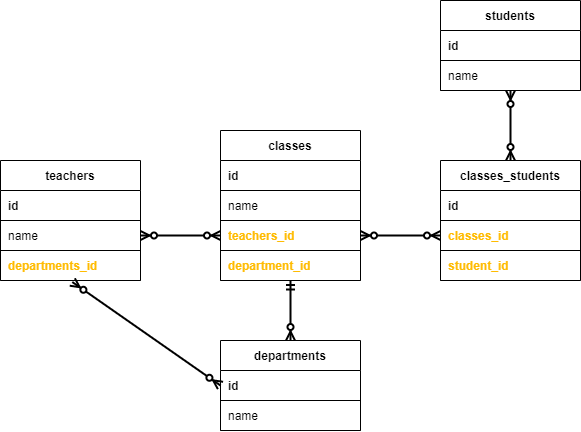
This is Week_8/sqool_activity/schema.drawio.png from justinthelaw/ussf-sdi, a draw.io export, as it was before one commit. Source tidied: cells renumbered, new cells last; positions are measured from the earlier drawing's top-left corner, leaving out a move shared by most shapes. Its diagram source:
```xml
<mxGraphModel>
  <root>
    <mxCell id="0" />
    <mxCell id="1" parent="0" />
    <mxCell id="2" style="endArrow=ERzeroToMany;html=1;startArrow=ERzeroToMany;startFill=1;endFill=1;jumpSize=7;strokeWidth=2;entryX=0.5;entryY=0;entryDx=0;entryDy=0;" parent="1" edge="1" target="31">
      <mxGeometry relative="1" as="geometry">
        <mxPoint x="540" y="90" as="sourcePoint" />
      </mxGeometry>
    </mxCell>
    <mxCell id="3" value="departments" style="shape=table;html=1;whiteSpace=wrap;startSize=30;rowLines=0;fontStyle=1;align=center;" parent="1" vertex="1">
      <mxGeometry x="250" y="340" width="140" height="90" as="geometry" />
    </mxCell>
    <mxCell id="4" style="shape=partialRectangle;html=1;whiteSpace=wrap;fillColor=none;top=0;left=0;bottom=1;right=0;points=[[0,0.5],[1,0.5]];portConstraint=eastwest;" parent="3" vertex="1">
      <mxGeometry y="30" width="140" height="30" as="geometry" />
    </mxCell>
    <mxCell id="5" value="&lt;b&gt;id&lt;/b&gt;" style="shape=partialRectangle;html=1;whiteSpace=wrap;fillColor=none;top=0;left=0;bottom=0;right=0;align=left;spacingLeft=6;overflow=hidden;" parent="4" vertex="1">
      <mxGeometry width="140" height="30" as="geometry" />
    </mxCell>
    <mxCell id="6" style="shape=partialRectangle;html=1;whiteSpace=wrap;fillColor=none;top=0;left=0;bottom=1;right=0;" parent="3" vertex="1">
      <mxGeometry y="60" width="140" height="30" as="geometry" />
    </mxCell>
    <mxCell id="7" value="name" style="shape=partialRectangle;html=1;whiteSpace=wrap;fillColor=none;top=0;left=0;bottom=0;right=0;align=left;spacingLeft=6;overflow=hidden;" parent="6" vertex="1">
      <mxGeometry width="140" height="30" as="geometry" />
    </mxCell>
    <mxCell id="8" value="teachers" style="shape=table;html=1;whiteSpace=wrap;startSize=30;rowLines=0;fontStyle=1;align=center;" parent="1" vertex="1">
      <mxGeometry x="30" y="160" width="140" height="120" as="geometry" />
    </mxCell>
    <mxCell id="9" style="shape=partialRectangle;html=1;whiteSpace=wrap;fillColor=none;top=0;left=0;bottom=1;right=0;" parent="8" vertex="1">
      <mxGeometry y="30" width="140" height="30" as="geometry" />
    </mxCell>
    <mxCell id="10" value="&lt;b&gt;id&lt;/b&gt;" style="shape=partialRectangle;html=1;whiteSpace=wrap;fillColor=none;top=0;left=0;bottom=0;right=0;align=left;spacingLeft=6;overflow=hidden;" parent="9" vertex="1">
      <mxGeometry width="140" height="30" as="geometry" />
    </mxCell>
    <mxCell id="11" style="shape=partialRectangle;html=1;whiteSpace=wrap;fillColor=none;top=0;left=0;bottom=1;right=0;points=[[0,0.5],[1,0.5]];portConstraint=eastwest;fontColor=#FFBB00;" parent="8" vertex="1">
      <mxGeometry y="60" width="140" height="30" as="geometry" />
    </mxCell>
    <mxCell id="12" value="name" style="shape=partialRectangle;html=1;whiteSpace=wrap;fillColor=none;top=0;left=0;bottom=0;right=0;align=left;spacingLeft=6;overflow=hidden;" parent="11" vertex="1">
      <mxGeometry width="140" height="30" as="geometry" />
    </mxCell>
    <mxCell id="13" style="shape=partialRectangle;html=1;whiteSpace=wrap;fillColor=none;top=0;left=0;bottom=1;right=0;points=[[0,0.5],[1,0.5]];portConstraint=eastwest;" parent="8" vertex="1">
      <mxGeometry y="90" width="140" height="30" as="geometry" />
    </mxCell>
    <mxCell id="14" value="&lt;b&gt;&lt;font color=&quot;#ffbb00&quot;&gt;departments_id&lt;/font&gt;&lt;/b&gt;" style="shape=partialRectangle;html=1;whiteSpace=wrap;fillColor=none;top=0;left=0;bottom=0;right=0;align=left;spacingLeft=6;overflow=hidden;" parent="13" vertex="1">
      <mxGeometry width="140" height="30" as="geometry" />
    </mxCell>
    <mxCell id="15" style="endArrow=ERzeroToMany;html=1;startArrow=ERzeroToMany;startFill=1;endFill=1;jumpSize=7;strokeWidth=2;exitX=0;exitY=0.5;exitDx=0;exitDy=0;entryX=0.513;entryY=1.051;entryDx=0;entryDy=0;entryPerimeter=0;" parent="1" edge="1" source="4" target="13">
      <mxGeometry relative="1" as="geometry" />
    </mxCell>
    <mxCell id="16" style="endArrow=ERoneToMany;html=1;startArrow=ERoneToMany;startFill=0;endFill=0;jumpSize=7;strokeWidth=2;" parent="1" edge="1" target="x">
      <mxGeometry relative="1" as="geometry">
        <mxPoint y="280" as="sourcePoint" />
      </mxGeometry>
    </mxCell>
    <mxCell id="17" value="classes" style="shape=table;html=1;whiteSpace=wrap;startSize=30;rowLines=0;fontStyle=1;align=center;" parent="1" vertex="1">
      <mxGeometry x="250" y="130" width="140" height="150" as="geometry" />
    </mxCell>
    <mxCell id="18" style="shape=partialRectangle;html=1;whiteSpace=wrap;fillColor=none;top=0;left=0;bottom=1;right=0;" parent="17" vertex="1">
      <mxGeometry y="30" width="140" height="30" as="geometry" />
    </mxCell>
    <mxCell id="19" value="&lt;b&gt;id&lt;/b&gt;" style="shape=partialRectangle;html=1;whiteSpace=wrap;fillColor=none;top=0;left=0;bottom=0;right=0;align=left;spacingLeft=6;overflow=hidden;" parent="18" vertex="1">
      <mxGeometry width="140" height="30" as="geometry" />
    </mxCell>
    <mxCell id="20" style="shape=partialRectangle;html=1;whiteSpace=wrap;fillColor=none;top=0;left=0;bottom=1;right=0;" parent="17" vertex="1">
      <mxGeometry y="60" width="140" height="30" as="geometry" />
    </mxCell>
    <mxCell id="21" value="name" style="shape=partialRectangle;html=1;whiteSpace=wrap;fillColor=none;top=0;left=0;bottom=0;right=0;align=left;spacingLeft=6;overflow=hidden;" parent="20" vertex="1">
      <mxGeometry width="140" height="30" as="geometry" />
    </mxCell>
    <mxCell id="22" style="shape=partialRectangle;html=1;whiteSpace=wrap;fillColor=none;top=0;left=0;bottom=1;right=0;points=[[0,0.5],[1,0.5]];portConstraint=eastwest;" parent="17" vertex="1">
      <mxGeometry y="90" width="140" height="30" as="geometry" />
    </mxCell>
    <mxCell id="23" value="&lt;b&gt;&lt;font color=&quot;#ffbb00&quot;&gt;teachers_id&lt;/font&gt;&lt;/b&gt;" style="shape=partialRectangle;html=1;whiteSpace=wrap;fillColor=none;top=0;left=0;bottom=0;right=0;align=left;spacingLeft=6;overflow=hidden;" parent="22" vertex="1">
      <mxGeometry width="140" height="30" as="geometry" />
    </mxCell>
    <mxCell id="24" style="shape=partialRectangle;html=1;whiteSpace=wrap;fillColor=none;top=0;left=0;bottom=1;right=0;" parent="17" vertex="1">
      <mxGeometry y="120" width="140" height="30" as="geometry" />
    </mxCell>
    <mxCell id="25" value="&lt;b&gt;&lt;font color=&quot;#ffbb00&quot;&gt;department_id&lt;/font&gt;&lt;/b&gt;" style="shape=partialRectangle;html=1;whiteSpace=wrap;fillColor=none;top=0;left=0;bottom=0;right=0;align=left;spacingLeft=6;overflow=hidden;" parent="24" vertex="1">
      <mxGeometry width="140" height="30" as="geometry" />
    </mxCell>
    <mxCell id="26" value="students" style="shape=table;html=1;whiteSpace=wrap;startSize=30;rowLines=0;fontStyle=1;align=center;" parent="1" vertex="1">
      <mxGeometry x="470" width="140" height="90" as="geometry" />
    </mxCell>
    <mxCell id="27" style="shape=partialRectangle;html=1;whiteSpace=wrap;fillColor=none;top=0;left=0;bottom=1;right=0;" parent="26" vertex="1">
      <mxGeometry y="30" width="140" height="30" as="geometry" />
    </mxCell>
    <mxCell id="28" value="&lt;b&gt;id&lt;/b&gt;" style="shape=partialRectangle;html=1;whiteSpace=wrap;fillColor=none;top=0;left=0;bottom=0;right=0;align=left;spacingLeft=6;overflow=hidden;" parent="27" vertex="1">
      <mxGeometry width="140" height="30" as="geometry" />
    </mxCell>
    <mxCell id="29" style="shape=partialRectangle;html=1;whiteSpace=wrap;fillColor=none;top=0;left=0;bottom=1;right=0;" parent="26" vertex="1">
      <mxGeometry y="60" width="140" height="30" as="geometry" />
    </mxCell>
    <mxCell id="30" value="name" style="shape=partialRectangle;html=1;whiteSpace=wrap;fillColor=none;top=0;left=0;bottom=0;right=0;align=left;spacingLeft=6;overflow=hidden;" parent="29" vertex="1">
      <mxGeometry width="140" height="30" as="geometry" />
    </mxCell>
    <mxCell id="31" value="classes_students" style="shape=table;html=1;whiteSpace=wrap;startSize=30;rowLines=0;fontStyle=1;align=center;" parent="1" vertex="1">
      <mxGeometry x="470" y="160" width="140" height="120" as="geometry" />
    </mxCell>
    <mxCell id="32" style="shape=partialRectangle;html=1;whiteSpace=wrap;fillColor=none;top=0;left=0;bottom=1;right=0;" parent="31" vertex="1">
      <mxGeometry y="30" width="140" height="30" as="geometry" />
    </mxCell>
    <mxCell id="33" value="&lt;b&gt;id&lt;/b&gt;" style="shape=partialRectangle;html=1;whiteSpace=wrap;fillColor=none;top=0;left=0;bottom=0;right=0;align=left;spacingLeft=6;overflow=hidden;" parent="32" vertex="1">
      <mxGeometry width="140" height="30" as="geometry" />
    </mxCell>
    <mxCell id="34" style="shape=partialRectangle;html=1;whiteSpace=wrap;fillColor=none;top=0;left=0;bottom=1;right=0;points=[[0,0.5],[1,0.5]];portConstraint=eastwest;" parent="31" vertex="1">
      <mxGeometry y="60" width="140" height="30" as="geometry" />
    </mxCell>
    <mxCell id="35" value="&lt;b&gt;&lt;font color=&quot;#ffbb00&quot;&gt;classes_id&lt;/font&gt;&lt;/b&gt;" style="shape=partialRectangle;html=1;whiteSpace=wrap;fillColor=none;top=0;left=0;bottom=0;right=0;align=left;spacingLeft=6;overflow=hidden;" parent="34" vertex="1">
      <mxGeometry width="140" height="30" as="geometry" />
    </mxCell>
    <mxCell id="36" style="shape=partialRectangle;html=1;whiteSpace=wrap;fillColor=none;top=0;left=0;bottom=1;right=0;" parent="31" vertex="1">
      <mxGeometry y="90" width="140" height="30" as="geometry" />
    </mxCell>
    <mxCell id="37" value="&lt;font color=&quot;#ffbb00&quot;&gt;&lt;b&gt;student_id&lt;/b&gt;&lt;/font&gt;" style="shape=partialRectangle;html=1;whiteSpace=wrap;fillColor=none;top=0;left=0;bottom=0;right=0;align=left;spacingLeft=6;overflow=hidden;" parent="36" vertex="1">
      <mxGeometry width="140" height="30" as="geometry" />
    </mxCell>
    <mxCell id="38" style="endArrow=ERmandOne;html=1;startArrow=ERzeroToMany;startFill=1;endFill=0;jumpSize=7;strokeWidth=2;exitX=0.5;exitY=0;exitDx=0;exitDy=0;" parent="1" edge="1" source="3">
      <mxGeometry relative="1" as="geometry">
        <mxPoint x="320" y="280" as="targetPoint" />
      </mxGeometry>
    </mxCell>
    <mxCell id="39" style="endArrow=ERzeroToMany;html=1;startArrow=ERzeroToMany;startFill=1;endFill=1;jumpSize=7;strokeWidth=2;entryX=0;entryY=0.5;entryDx=0;entryDy=0;exitX=1;exitY=0.5;exitDx=0;exitDy=0;" parent="1" edge="1" source="11" target="22">
      <mxGeometry relative="1" as="geometry" />
    </mxCell>
    <mxCell id="40" style="endArrow=ERzeroToMany;html=1;startArrow=ERzeroToMany;startFill=1;endFill=1;jumpSize=7;strokeWidth=2;entryX=0;entryY=0.5;entryDx=0;entryDy=0;exitX=1;exitY=0.5;exitDx=0;exitDy=0;" parent="1" edge="1" source="22" target="34">
      <mxGeometry relative="1" as="geometry" />
    </mxCell>
  </root>
</mxGraphModel>
```
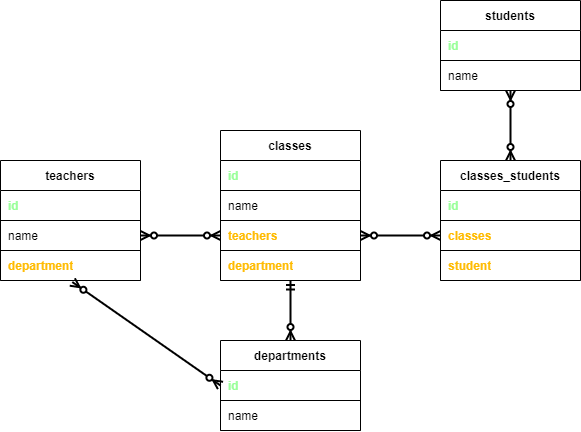
Above is the later version.

Commit message:
Modified sqool schema

What changed in the source:
```diff
@@ -13,7 +13,7 @@
     <mxCell id="4" style="shape=partialRectangle;html=1;whiteSpace=wrap;fillColor=none;top=0;left=0;bottom=1;right=0;points=[[0,0.5],[1,0.5]];portConstraint=eastwest;" parent="3" vertex="1">
       <mxGeometry y="30" width="140" height="30" as="geometry" />
     </mxCell>
-    <mxCell id="5" value="&lt;b&gt;id&lt;/b&gt;" style="shape=partialRectangle;html=1;whiteSpace=wrap;fillColor=none;top=0;left=0;bottom=0;right=0;align=left;spacingLeft=6;overflow=hidden;" parent="4" vertex="1">
+    <mxCell id="5" value="&lt;b&gt;id&lt;/b&gt;" style="shape=partialRectangle;html=1;whiteSpace=wrap;fillColor=none;top=0;left=0;bottom=0;right=0;align=left;spacingLeft=6;overflow=hidden;fontColor=#99FF99;" parent="4" vertex="1">
       <mxGeometry width="140" height="30" as="geometry" />
     </mxCell>
     <mxCell id="6" style="shape=partialRectangle;html=1;whiteSpace=wrap;fillColor=none;top=0;left=0;bottom=1;right=0;" parent="3" vertex="1">
@@ -28,7 +28,7 @@
     <mxCell id="9" style="shape=partialRectangle;html=1;whiteSpace=wrap;fillColor=none;top=0;left=0;bottom=1;right=0;" parent="8" vertex="1">
       <mxGeometry y="30" width="140" height="30" as="geometry" />
     </mxCell>
-    <mxCell id="10" value="&lt;b&gt;id&lt;/b&gt;" style="shape=partialRectangle;html=1;whiteSpace=wrap;fillColor=none;top=0;left=0;bottom=0;right=0;align=left;spacingLeft=6;overflow=hidden;" parent="9" vertex="1">
+    <mxCell id="10" value="&lt;b&gt;id&lt;/b&gt;" style="shape=partialRectangle;html=1;whiteSpace=wrap;fillColor=none;top=0;left=0;bottom=0;right=0;align=left;spacingLeft=6;overflow=hidden;fontColor=#99FF99;" parent="9" vertex="1">
       <mxGeometry width="140" height="30" as="geometry" />
     </mxCell>
     <mxCell id="11" style="shape=partialRectangle;html=1;whiteSpace=wrap;fillColor=none;top=0;left=0;bottom=1;right=0;points=[[0,0.5],[1,0.5]];portConstraint=eastwest;fontColor=#FFBB00;" parent="8" vertex="1">
@@ -40,7 +40,7 @@
     <mxCell id="13" style="shape=partialRectangle;html=1;whiteSpace=wrap;fillColor=none;top=0;left=0;bottom=1;right=0;points=[[0,0.5],[1,0.5]];portConstraint=eastwest;" parent="8" vertex="1">
       <mxGeometry y="90" width="140" height="30" as="geometry" />
     </mxCell>
-    <mxCell id="14" value="&lt;b&gt;&lt;font color=&quot;#ffbb00&quot;&gt;departments_id&lt;/font&gt;&lt;/b&gt;" style="shape=partialRectangle;html=1;whiteSpace=wrap;fillColor=none;top=0;left=0;bottom=0;right=0;align=left;spacingLeft=6;overflow=hidden;" parent="13" vertex="1">
+    <mxCell id="14" value="&lt;b&gt;&lt;font color=&quot;#ffbb00&quot;&gt;department&lt;/font&gt;&lt;/b&gt;" style="shape=partialRectangle;html=1;whiteSpace=wrap;fillColor=none;top=0;left=0;bottom=0;right=0;align=left;spacingLeft=6;overflow=hidden;" parent="13" vertex="1">
       <mxGeometry width="140" height="30" as="geometry" />
     </mxCell>
     <mxCell id="15" style="endArrow=ERzeroToMany;html=1;startArrow=ERzeroToMany;startFill=1;endFill=1;jumpSize=7;strokeWidth=2;exitX=0;exitY=0.5;exitDx=0;exitDy=0;entryX=0.513;entryY=1.051;entryDx=0;entryDy=0;entryPerimeter=0;" parent="1" edge="1" source="4" target="13">
@@ -57,7 +57,7 @@
     <mxCell id="18" style="shape=partialRectangle;html=1;whiteSpace=wrap;fillColor=none;top=0;left=0;bottom=1;right=0;" parent="17" vertex="1">
       <mxGeometry y="30" width="140" height="30" as="geometry" />
     </mxCell>
-    <mxCell id="19" value="&lt;b&gt;id&lt;/b&gt;" style="shape=partialRectangle;html=1;whiteSpace=wrap;fillColor=none;top=0;left=0;bottom=0;right=0;align=left;spacingLeft=6;overflow=hidden;" parent="18" vertex="1">
+    <mxCell id="19" value="&lt;b&gt;id&lt;/b&gt;" style="shape=partialRectangle;html=1;whiteSpace=wrap;fillColor=none;top=0;left=0;bottom=0;right=0;align=left;spacingLeft=6;overflow=hidden;fontColor=#99FF99;" parent="18" vertex="1">
       <mxGeometry width="140" height="30" as="geometry" />
     </mxCell>
     <mxCell id="20" style="shape=partialRectangle;html=1;whiteSpace=wrap;fillColor=none;top=0;left=0;bottom=1;right=0;" parent="17" vertex="1">
@@ -69,13 +69,13 @@
     <mxCell id="22" style="shape=partialRectangle;html=1;whiteSpace=wrap;fillColor=none;top=0;left=0;bottom=1;right=0;points=[[0,0.5],[1,0.5]];portConstraint=eastwest;" parent="17" vertex="1">
       <mxGeometry y="90" width="140" height="30" as="geometry" />
     </mxCell>
-    <mxCell id="23" value="&lt;b&gt;&lt;font color=&quot;#ffbb00&quot;&gt;teachers_id&lt;/font&gt;&lt;/b&gt;" style="shape=partialRectangle;html=1;whiteSpace=wrap;fillColor=none;top=0;left=0;bottom=0;right=0;align=left;spacingLeft=6;overflow=hidden;" parent="22" vertex="1">
+    <mxCell id="23" value="&lt;b&gt;&lt;font color=&quot;#ffbb00&quot;&gt;teachers&lt;/font&gt;&lt;/b&gt;" style="shape=partialRectangle;html=1;whiteSpace=wrap;fillColor=none;top=0;left=0;bottom=0;right=0;align=left;spacingLeft=6;overflow=hidden;" parent="22" vertex="1">
       <mxGeometry width="140" height="30" as="geometry" />
     </mxCell>
     <mxCell id="24" style="shape=partialRectangle;html=1;whiteSpace=wrap;fillColor=none;top=0;left=0;bottom=1;right=0;" parent="17" vertex="1">
       <mxGeometry y="120" width="140" height="30" as="geometry" />
     </mxCell>
-    <mxCell id="25" value="&lt;b&gt;&lt;font color=&quot;#ffbb00&quot;&gt;department_id&lt;/font&gt;&lt;/b&gt;" style="shape=partialRectangle;html=1;whiteSpace=wrap;fillColor=none;top=0;left=0;bottom=0;right=0;align=left;spacingLeft=6;overflow=hidden;" parent="24" vertex="1">
+    <mxCell id="25" value="&lt;b&gt;&lt;font color=&quot;#ffbb00&quot;&gt;department&lt;/font&gt;&lt;/b&gt;" style="shape=partialRectangle;html=1;whiteSpace=wrap;fillColor=none;top=0;left=0;bottom=0;right=0;align=left;spacingLeft=6;overflow=hidden;" parent="24" vertex="1">
       <mxGeometry width="140" height="30" as="geometry" />
     </mxCell>
     <mxCell id="26" value="students" style="shape=table;html=1;whiteSpace=wrap;startSize=30;rowLines=0;fontStyle=1;align=center;" parent="1" vertex="1">
@@ -84,7 +84,7 @@
     <mxCell id="27" style="shape=partialRectangle;html=1;whiteSpace=wrap;fillColor=none;top=0;left=0;bottom=1;right=0;" parent="26" vertex="1">
       <mxGeometry y="30" width="140" height="30" as="geometry" />
     </mxCell>
-    <mxCell id="28" value="&lt;b&gt;id&lt;/b&gt;" style="shape=partialRectangle;html=1;whiteSpace=wrap;fillColor=none;top=0;left=0;bottom=0;right=0;align=left;spacingLeft=6;overflow=hidden;" parent="27" vertex="1">
+    <mxCell id="28" value="&lt;b&gt;&lt;font color=&quot;#99ff99&quot;&gt;id&lt;/font&gt;&lt;/b&gt;" style="shape=partialRectangle;html=1;whiteSpace=wrap;fillColor=none;top=0;left=0;bottom=0;right=0;align=left;spacingLeft=6;overflow=hidden;" parent="27" vertex="1">
       <mxGeometry width="140" height="30" as="geometry" />
     </mxCell>
     <mxCell id="29" style="shape=partialRectangle;html=1;whiteSpace=wrap;fillColor=none;top=0;left=0;bottom=1;right=0;" parent="26" vertex="1">
@@ -99,19 +99,19 @@
     <mxCell id="32" style="shape=partialRectangle;html=1;whiteSpace=wrap;fillColor=none;top=0;left=0;bottom=1;right=0;" parent="31" vertex="1">
       <mxGeometry y="30" width="140" height="30" as="geometry" />
     </mxCell>
-    <mxCell id="33" value="&lt;b&gt;id&lt;/b&gt;" style="shape=partialRectangle;html=1;whiteSpace=wrap;fillColor=none;top=0;left=0;bottom=0;right=0;align=left;spacingLeft=6;overflow=hidden;" parent="32" vertex="1">
+    <mxCell id="33" value="&lt;b&gt;id&lt;/b&gt;" style="shape=partialRectangle;html=1;whiteSpace=wrap;fillColor=none;top=0;left=0;bottom=0;right=0;align=left;spacingLeft=6;overflow=hidden;fontColor=#99FF99;" parent="32" vertex="1">
       <mxGeometry width="140" height="30" as="geometry" />
     </mxCell>
     <mxCell id="34" style="shape=partialRectangle;html=1;whiteSpace=wrap;fillColor=none;top=0;left=0;bottom=1;right=0;points=[[0,0.5],[1,0.5]];portConstraint=eastwest;" parent="31" vertex="1">
       <mxGeometry y="60" width="140" height="30" as="geometry" />
     </mxCell>
-    <mxCell id="35" value="&lt;b&gt;&lt;font color=&quot;#ffbb00&quot;&gt;classes_id&lt;/font&gt;&lt;/b&gt;" style="shape=partialRectangle;html=1;whiteSpace=wrap;fillColor=none;top=0;left=0;bottom=0;right=0;align=left;spacingLeft=6;overflow=hidden;" parent="34" vertex="1">
+    <mxCell id="35" value="&lt;b&gt;&lt;font color=&quot;#ffbb00&quot;&gt;classes&lt;/font&gt;&lt;/b&gt;" style="shape=partialRectangle;html=1;whiteSpace=wrap;fillColor=none;top=0;left=0;bottom=0;right=0;align=left;spacingLeft=6;overflow=hidden;" parent="34" vertex="1">
       <mxGeometry width="140" height="30" as="geometry" />
     </mxCell>
     <mxCell id="36" style="shape=partialRectangle;html=1;whiteSpace=wrap;fillColor=none;top=0;left=0;bottom=1;right=0;" parent="31" vertex="1">
       <mxGeometry y="90" width="140" height="30" as="geometry" />
     </mxCell>
-    <mxCell id="37" value="&lt;font color=&quot;#ffbb00&quot;&gt;&lt;b&gt;student_id&lt;/b&gt;&lt;/font&gt;" style="shape=partialRectangle;html=1;whiteSpace=wrap;fillColor=none;top=0;left=0;bottom=0;right=0;align=left;spacingLeft=6;overflow=hidden;" parent="36" vertex="1">
+    <mxCell id="37" value="&lt;font color=&quot;#ffbb00&quot;&gt;&lt;b&gt;student&lt;/b&gt;&lt;/font&gt;" style="shape=partialRectangle;html=1;whiteSpace=wrap;fillColor=none;top=0;left=0;bottom=0;right=0;align=left;spacingLeft=6;overflow=hidden;" parent="36" vertex="1">
       <mxGeometry width="140" height="30" as="geometry" />
     </mxCell>
     <mxCell id="38" style="endArrow=ERmandOne;html=1;startArrow=ERzeroToMany;startFill=1;endFill=0;jumpSize=7;strokeWidth=2;exitX=0.5;exitY=0;exitDx=0;exitDy=0;" parent="1" edge="1" source="3">
```
